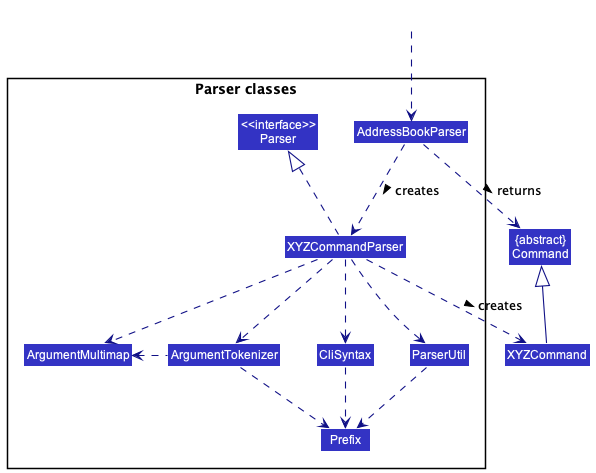
This is docs/images/ParserClasses.png from nus-cs2103-AY2223S1/tp, a PlantUML export, as it was before one commit.
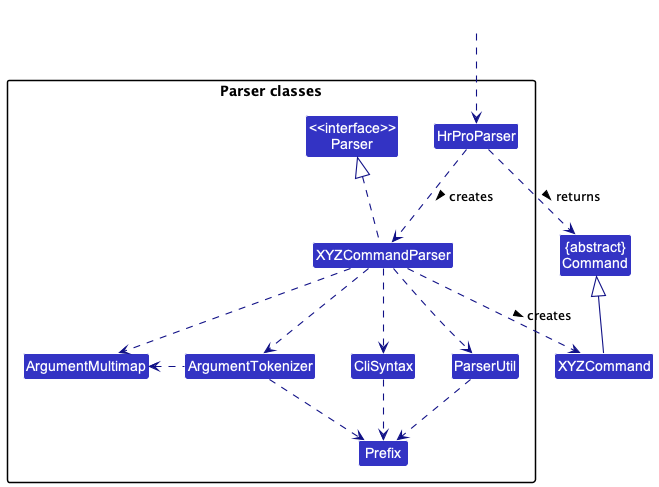
After the commit.

What changed in the source:
```diff
@@ -9,7 +9,7 @@
 
 package "Parser classes"{
 Class "<<interface>>\nParser" as Parser
-Class AddressBookParser
+Class HrProParser
 Class XYZCommandParser
 Class CliSyntax
 Class ParserUtil
@@ -19,12 +19,12 @@
 }
 
 Class HiddenOutside #FFFFFF
-HiddenOutside ..> AddressBookParser
+HiddenOutside ..> HrProParser
 
-AddressBookParser .down.> XYZCommandParser: creates >
+HrProParser .down.> XYZCommandParser: creates >
 
 XYZCommandParser ..> XYZCommand : creates >
-AddressBookParser ..> Command : returns >
+HrProParser ..> Command : returns >
 XYZCommandParser .up.|> Parser
 XYZCommandParser ..> ArgumentMultimap
 XYZCommandParser ..> ArgumentTokenizer
```
